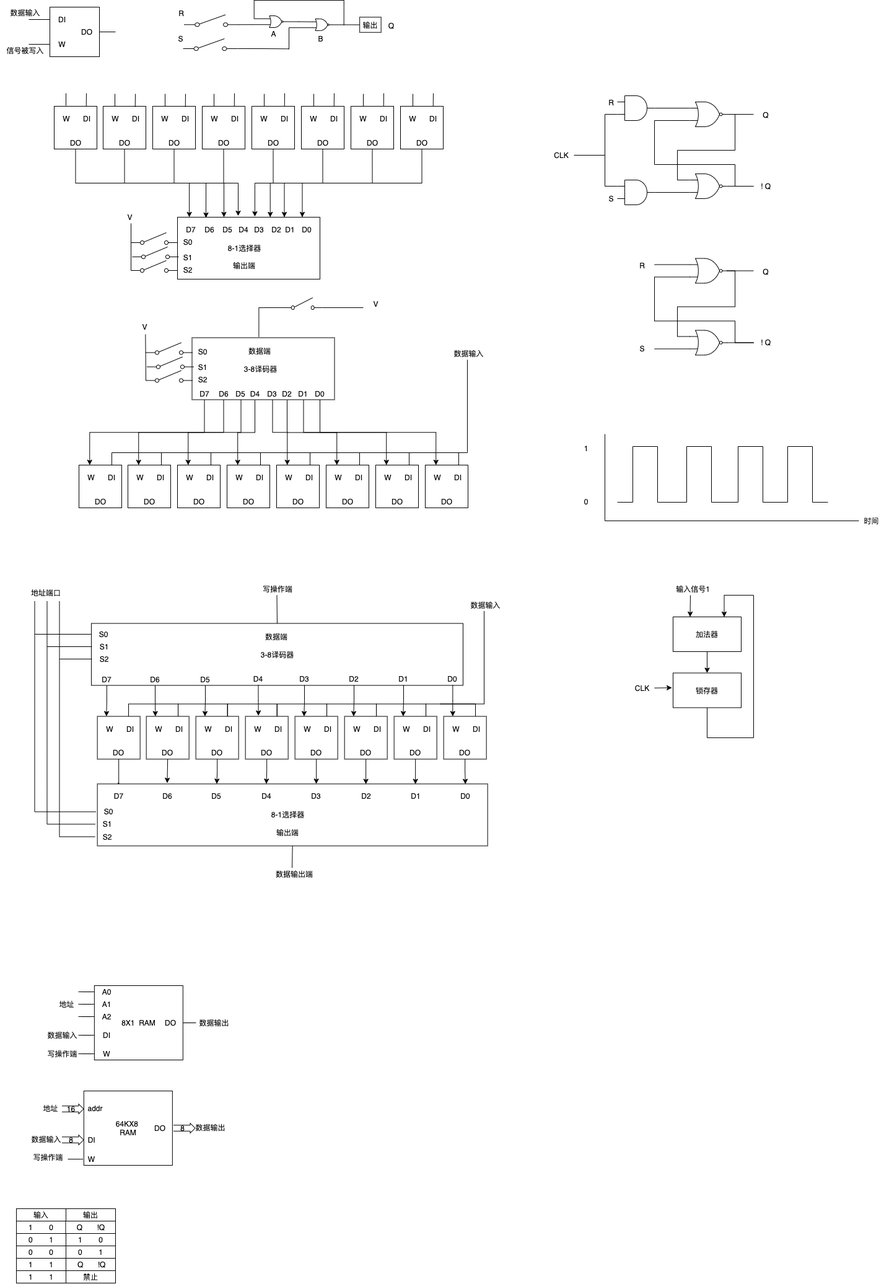
Before: meng1.png, a diagram exported from draw.io (ZhaoLeBoy/my_pics). Source tidied: cells renumbered, new cells last; positions are measured from the earlier drawing's top-left corner, leaving out a move shared by most shapes.
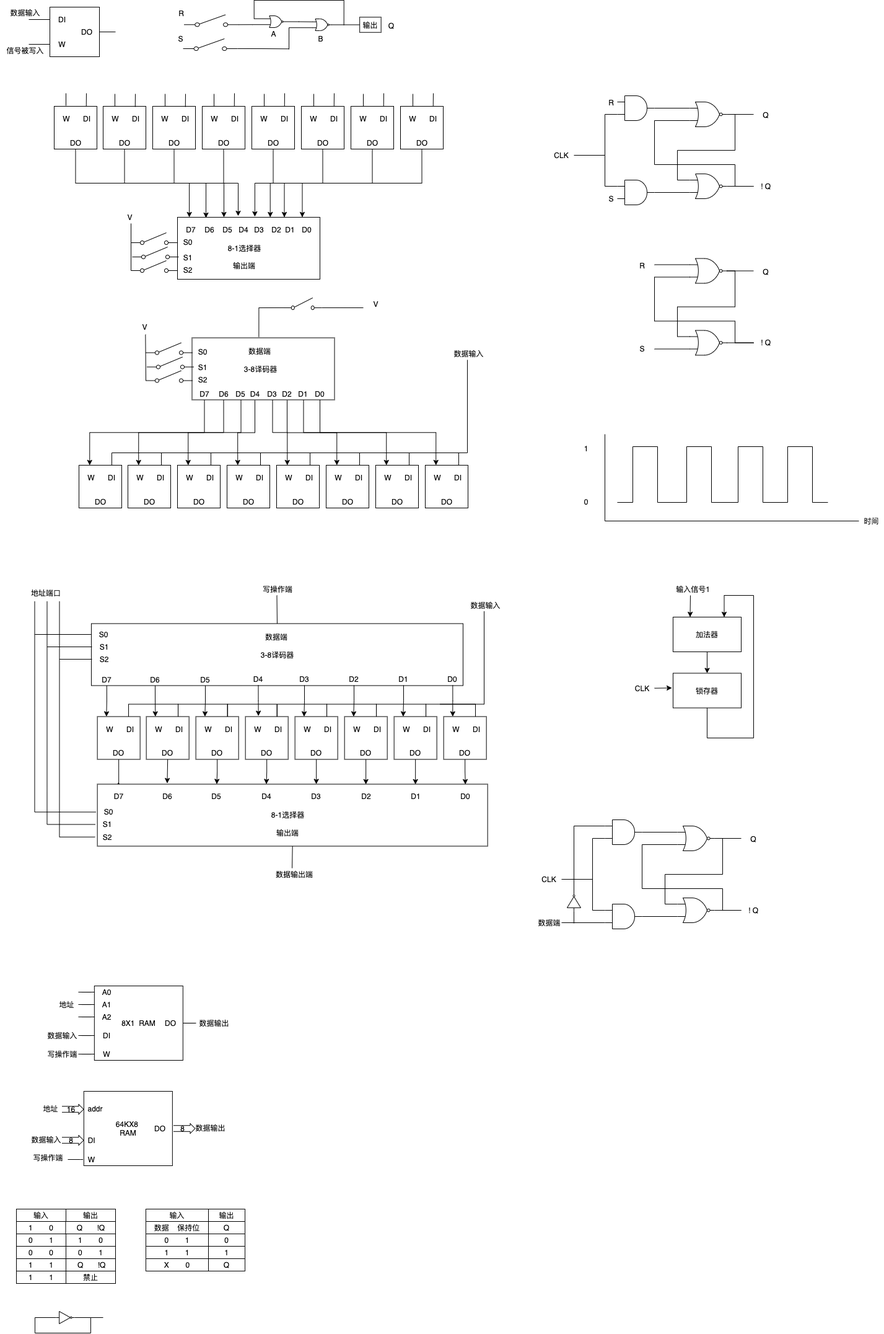
The same file after the commit.

The edit, as a diff of the source:
```diff
@@ -1278,5 +1278,160 @@
     <mxCell id="362" value="禁止" style="rounded=0;whiteSpace=wrap;html=1;" parent="1" vertex="1">
       <mxGeometry x="106" y="2050" width="80" height="20" as="geometry" />
     </mxCell>
+    <mxCell id="363" style="edgeStyle=orthogonalEdgeStyle;rounded=0;jettySize=auto;html=1;endArrow=none;endFill=0;" parent="1" edge="1" source="365">
+      <mxGeometry relative="1" as="geometry">
+        <mxPoint x="146" y="2150" as="targetPoint" />
+        <Array as="points">
+          <mxPoint x="146" y="2125" />
+          <mxPoint x="146" y="2150" />
+        </Array>
+      </mxGeometry>
+    </mxCell>
+    <mxCell id="364" style="edgeStyle=orthogonalEdgeStyle;rounded=0;jettySize=auto;html=1;exitX=0;exitY=0.5;exitDx=0;exitDy=0;exitPerimeter=0;endArrow=none;endFill=0;" parent="1" edge="1" source="365">
+      <mxGeometry relative="1" as="geometry">
+        <mxPoint x="56" y="2150" as="targetPoint" />
+        <Array as="points">
+          <mxPoint x="56" y="2125" />
+          <mxPoint x="56" y="2150" />
+        </Array>
+      </mxGeometry>
+    </mxCell>
+    <mxCell id="365" style="verticalLabelPosition=bottom;shadow=0;dashed=0;align=center;html=1;verticalAlign=top;shape=mxgraph.electrical.logic_gates.inverter_2;" parent="1" vertex="1">
+      <mxGeometry x="90" y="2115" width="30" height="20" as="geometry" />
+    </mxCell>
+    <mxCell id="366" style="endArrow=none;html=1;" parent="1" edge="1">
+      <mxGeometry relative="1" as="geometry">
+        <mxPoint x="56" y="2150" as="sourcePoint" />
+        <mxPoint x="146" y="2150" as="targetPoint" />
+      </mxGeometry>
+    </mxCell>
+    <mxCell id="367" style="endArrow=none;html=1;" parent="1" edge="1">
+      <mxGeometry relative="1" as="geometry">
+        <mxPoint x="146" y="2125" as="sourcePoint" />
+        <mxPoint x="166" y="2125" as="targetPoint" />
+      </mxGeometry>
+    </mxCell>
+    <mxCell id="368" style="edgeStyle=orthogonalEdgeStyle;rounded=0;jettySize=auto;html=1;endArrow=none;endFill=0;" parent="1" edge="1" source="370">
+      <mxGeometry relative="1" as="geometry">
+        <mxPoint x="1196" y="1352" as="targetPoint" />
+      </mxGeometry>
+    </mxCell>
+    <mxCell id="369" style="edgeStyle=orthogonalEdgeStyle;rounded=0;jettySize=auto;html=1;exitX=0;exitY=0.75;exitDx=0;exitDy=0;exitPerimeter=0;endArrow=none;endFill=0;" parent="1" edge="1" source="370">
+      <mxGeometry relative="1" as="geometry">
+        <mxPoint x="1196" y="1468" as="targetPoint" />
+        <Array as="points">
+          <mxPoint x="1036" y="1362" />
+          <mxPoint x="1036" y="1433" />
+          <mxPoint x="1166" y="1433" />
+          <mxPoint x="1166" y="1468" />
+        </Array>
+      </mxGeometry>
+    </mxCell>
+    <mxCell id="370" style="verticalLabelPosition=bottom;shadow=0;dashed=0;align=center;html=1;verticalAlign=top;shape=mxgraph.electrical.logic_gates.logic_gate;operation=or;negating=1;negSize=0.15;" parent="1" vertex="1">
+      <mxGeometry x="1093" y="1332" width="60" height="40" as="geometry" />
+    </mxCell>
+    <mxCell id="371" style="edgeStyle=orthogonalEdgeStyle;rounded=0;jettySize=auto;html=1;exitX=0;exitY=0.25;exitDx=0;exitDy=0;exitPerimeter=0;entryX=1;entryY=0.5;entryDx=0;entryDy=0;entryPerimeter=0;endArrow=none;endFill=0;" parent="1" edge="1" source="373" target="370">
+      <mxGeometry relative="1" as="geometry">
+        <Array as="points">
+          <mxPoint x="1073" y="1458" />
+          <mxPoint x="1073" y="1410" />
+          <mxPoint x="1166" y="1410" />
+          <mxPoint x="1166" y="1352" />
+        </Array>
+      </mxGeometry>
+    </mxCell>
+    <mxCell id="372" style="edgeStyle=orthogonalEdgeStyle;rounded=0;jettySize=auto;html=1;exitX=1;exitY=0.5;exitDx=0;exitDy=0;exitPerimeter=0;endArrow=none;endFill=0;" parent="1" edge="1" source="373">
+      <mxGeometry relative="1" as="geometry">
+        <mxPoint x="1196" y="1468" as="targetPoint" />
+        <Array as="points">
+          <mxPoint x="1196" y="1468" />
+          <mxPoint x="1196" y="1468" />
+        </Array>
+      </mxGeometry>
+    </mxCell>
+    <mxCell id="373" style="verticalLabelPosition=bottom;shadow=0;dashed=0;align=center;html=1;verticalAlign=top;shape=mxgraph.electrical.logic_gates.logic_gate;operation=or;negating=1;negSize=0.15;" parent="1" vertex="1">
+      <mxGeometry x="1093" y="1448" width="60" height="40" as="geometry" />
+    </mxCell>
+    <mxCell id="374" style="edgeStyle=orthogonalEdgeStyle;rounded=0;jettySize=auto;html=1;entryX=0;entryY=0.25;entryDx=0;entryDy=0;entryPerimeter=0;endArrow=none;endFill=0;" parent="1" edge="1" source="377" target="370">
+      <mxGeometry relative="1" as="geometry" />
+    </mxCell>
+    <mxCell id="375" style="edgeStyle=orthogonalEdgeStyle;rounded=0;jettySize=auto;html=1;exitX=0;exitY=0.75;exitDx=0;exitDy=0;exitPerimeter=0;entryX=0;entryY=0.25;entryDx=0;entryDy=0;entryPerimeter=0;endArrow=none;endFill=0;" parent="1" edge="1" source="377" target="380">
+      <mxGeometry relative="1" as="geometry" />
+    </mxCell>
+    <mxCell id="376" style="edgeStyle=orthogonalEdgeStyle;rounded=0;jettySize=auto;html=1;exitX=0;exitY=0.25;exitDx=0;exitDy=0;exitPerimeter=0;endArrow=none;endFill=0;" parent="1" edge="1" source="377">
+      <mxGeometry relative="1" as="geometry">
+        <mxPoint x="926" y="1440" as="targetPoint" />
+      </mxGeometry>
+    </mxCell>
+    <mxCell id="377" style="verticalLabelPosition=bottom;shadow=0;dashed=0;align=center;html=1;verticalAlign=top;shape=mxgraph.electrical.logic_gates.logic_gate;operation=and;" parent="1" vertex="1">
+      <mxGeometry x="976" y="1322" width="60" height="40" as="geometry" />
+    </mxCell>
+    <mxCell id="378" style="edgeStyle=orthogonalEdgeStyle;rounded=0;jettySize=auto;html=1;entryX=0;entryY=0.75;entryDx=0;entryDy=0;entryPerimeter=0;endArrow=none;endFill=0;" parent="1" edge="1" source="380" target="373">
+      <mxGeometry relative="1" as="geometry" />
+    </mxCell>
+    <mxCell id="379" style="edgeStyle=orthogonalEdgeStyle;rounded=0;jettySize=auto;html=1;exitX=0;exitY=0.75;exitDx=0;exitDy=0;exitPerimeter=0;endArrow=none;endFill=0;" parent="1" edge="1" source="380">
+      <mxGeometry relative="1" as="geometry">
+        <mxPoint x="906" y="1488" as="targetPoint" />
+      </mxGeometry>
+    </mxCell>
+    <mxCell id="380" style="verticalLabelPosition=bottom;shadow=0;dashed=0;align=center;html=1;verticalAlign=top;shape=mxgraph.electrical.logic_gates.logic_gate;operation=and;" parent="1" vertex="1">
+      <mxGeometry x="976" y="1458" width="60" height="40" as="geometry" />
+    </mxCell>
+    <mxCell id="381" style="endArrow=none;html=1;" parent="1" edge="1">
+      <mxGeometry relative="1" as="geometry">
+        <mxPoint x="906" y="1418" as="sourcePoint" />
+        <mxPoint x="956" y="1418" as="targetPoint" />
+      </mxGeometry>
+    </mxCell>
+    <mxCell id="382" value="CLK" style="text;html=1;strokeColor=none;fillColor=none;align=center;verticalAlign=middle;whiteSpace=wrap;rounded=0;" parent="1" vertex="1">
+      <mxGeometry x="866" y="1408" width="40" height="20" as="geometry" />
+    </mxCell>
+    <mxCell id="383" value="Q" style="text;html=1;strokeColor=none;fillColor=none;align=center;verticalAlign=middle;whiteSpace=wrap;rounded=0;" parent="1" vertex="1">
+      <mxGeometry x="1196" y="1343" width="40" height="20" as="geometry" />
+    </mxCell>
+    <mxCell id="384" value="! Q" style="text;html=1;strokeColor=none;fillColor=none;align=center;verticalAlign=middle;whiteSpace=wrap;rounded=0;" parent="1" vertex="1">
+      <mxGeometry x="1196" y="1458" width="40" height="20" as="geometry" />
+    </mxCell>
+    <mxCell id="385" value="数据端" style="text;html=1;align=center;verticalAlign=middle;" parent="1" vertex="1">
+      <mxGeometry x="861" y="1478" width="50" height="20" as="geometry" />
+    </mxCell>
+    <mxCell id="386" style="edgeStyle=orthogonalEdgeStyle;rounded=0;jettySize=auto;html=1;exitX=0;exitY=0.5;exitDx=0;exitDy=0;exitPerimeter=0;endArrow=none;endFill=0;" parent="1" edge="1" source="387">
+      <mxGeometry relative="1" as="geometry">
+        <mxPoint x="926" y="1489" as="targetPoint" />
+      </mxGeometry>
+    </mxCell>
+    <mxCell id="387" style="verticalLabelPosition=bottom;shadow=0;dashed=0;align=center;html=1;verticalAlign=top;shape=mxgraph.electrical.logic_gates.inverter_2;rotation=-90;" parent="1" vertex="1">
+      <mxGeometry x="911" y="1443" width="30" height="22" as="geometry" />
+    </mxCell>
+    <mxCell id="388" value="输入" style="rounded=0;whiteSpace=wrap;html=1;" parent="1" vertex="1">
+      <mxGeometry x="235" y="1950" width="101" height="20" as="geometry" />
+    </mxCell>
+    <mxCell id="389" value="输出" style="rounded=0;whiteSpace=wrap;html=1;" parent="1" vertex="1">
+      <mxGeometry x="336" y="1950" width="59" height="20" as="geometry" />
+    </mxCell>
+    <mxCell id="390" value="数据&amp;nbsp; &amp;nbsp; 保持位" style="rounded=0;whiteSpace=wrap;html=1;" parent="1" vertex="1">
+      <mxGeometry x="235" y="1970" width="101" height="20" as="geometry" />
+    </mxCell>
+    <mxCell id="391" value="&amp;nbsp; &amp;nbsp; &amp;nbsp; Q&amp;nbsp; &amp;nbsp; &amp;nbsp;&amp;nbsp;" style="rounded=0;whiteSpace=wrap;html=1;align=center;" parent="1" vertex="1">
+      <mxGeometry x="336" y="1970" width="59" height="20" as="geometry" />
+    </mxCell>
+    <mxCell id="392" value="0&amp;nbsp; &amp;nbsp; &amp;nbsp; &amp;nbsp; 1" style="rounded=0;whiteSpace=wrap;html=1;" parent="1" vertex="1">
+      <mxGeometry x="235" y="1990" width="101" height="20" as="geometry" />
+    </mxCell>
+    <mxCell id="393" value="X&amp;nbsp; &amp;nbsp; &amp;nbsp; &amp;nbsp; 0" style="rounded=0;whiteSpace=wrap;html=1;" parent="1" vertex="1">
+      <mxGeometry x="235" y="2030" width="101" height="20" as="geometry" />
+    </mxCell>
+    <mxCell id="394" value="1&amp;nbsp; &amp;nbsp; &amp;nbsp; &amp;nbsp; 1" style="rounded=0;whiteSpace=wrap;html=1;" parent="1" vertex="1">
+      <mxGeometry x="235" y="2010" width="101" height="20" as="geometry" />
+    </mxCell>
+    <mxCell id="395" value="0" style="rounded=0;whiteSpace=wrap;html=1;" parent="1" vertex="1">
+      <mxGeometry x="336" y="1990" width="59" height="20" as="geometry" />
+    </mxCell>
+    <mxCell id="396" value="Q" style="rounded=0;whiteSpace=wrap;html=1;" parent="1" vertex="1">
+      <mxGeometry x="336" y="2030" width="59" height="20" as="geometry" />
+    </mxCell>
+    <mxCell id="397" value="1" style="rounded=0;whiteSpace=wrap;html=1;" parent="1" vertex="1">
+      <mxGeometry x="336" y="2010" width="59" height="20" as="geometry" />
+    </mxCell>
   </root>
 </mxGraphModel>
```
